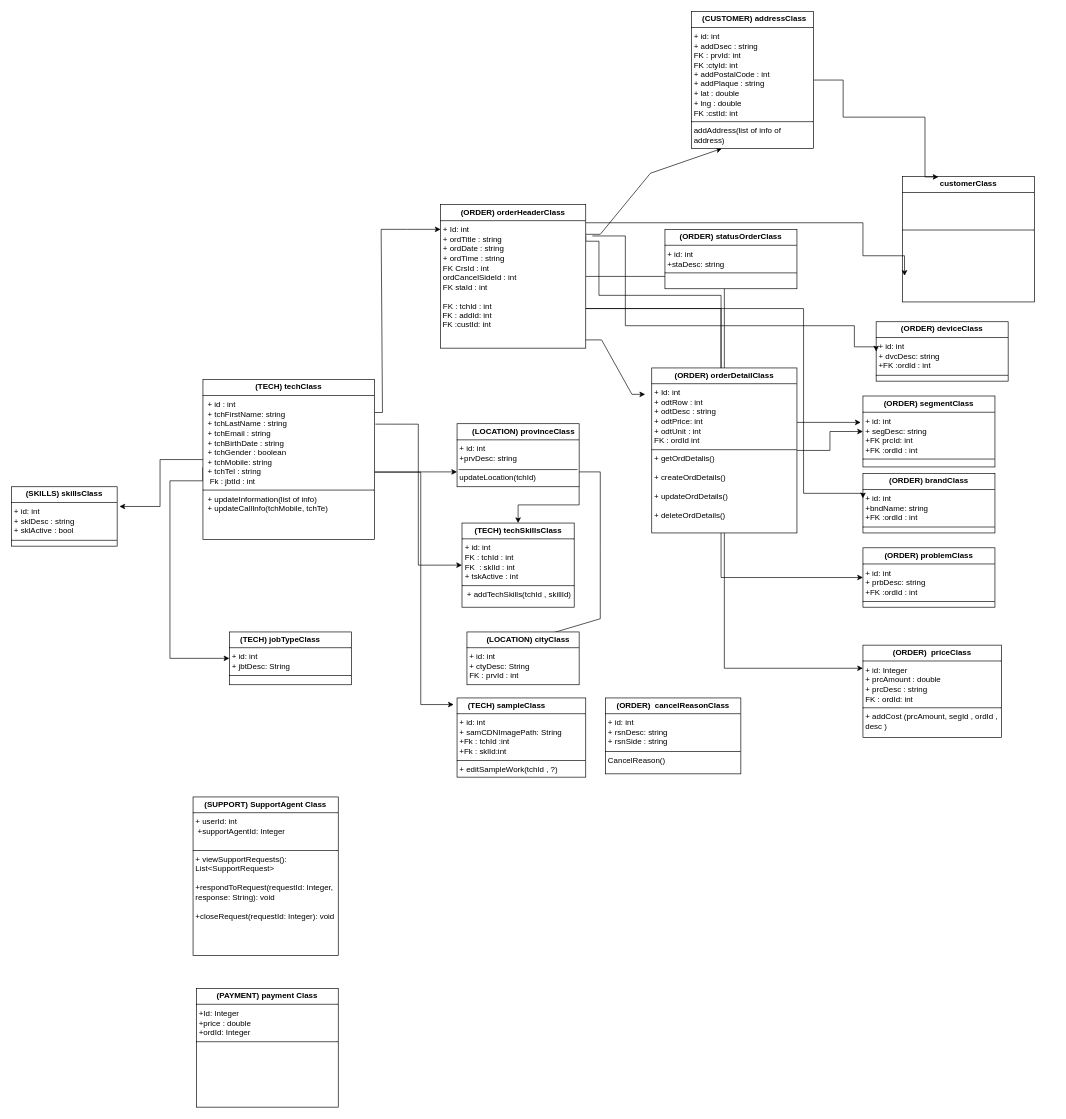
The draw.io diagram tech.drawio in reyhanehSP/pwaTech, before the edit. Source tidied: cells renumbered, new cells numbered last; positions are measured from the earlier drawing's top-left corner, leaving out a move shared by most shapes. Both pictures are drawn from the tidied source at 66%, with x=0, y=0 at pixel (11, 11).
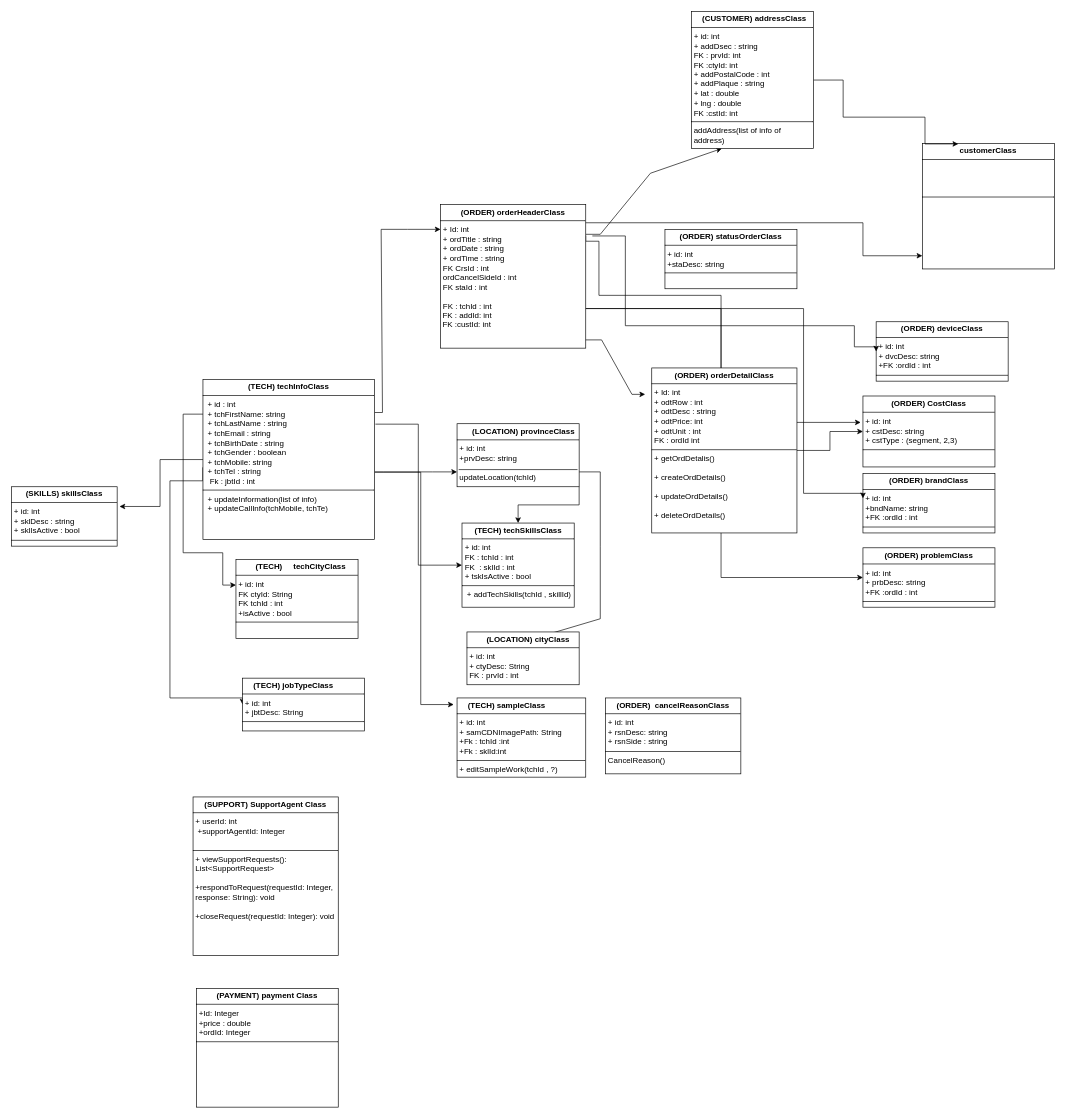
Above is the later version.

Unchanged cells that the change refers to:
```xml
<mxCell id="13" value="&lt;p style=&quot;margin:0px;margin-top:4px;text-align:center;&quot;&gt;&lt;b&gt;(ORDER)&amp;nbsp;&lt;/b&gt;&lt;b style=&quot;background-color: initial;&quot;&gt;orderHeaderClass&lt;/b&gt;&lt;/p&gt;&lt;hr size=&quot;1&quot; style=&quot;border-style:solid;&quot;&gt;&lt;p style=&quot;margin:0px;margin-left:4px;&quot;&gt;+ Id: int&lt;/p&gt;&lt;p style=&quot;margin:0px;margin-left:4px;&quot;&gt;+ ordTitle : string&lt;/p&gt;&lt;p style=&quot;margin:0px;margin-left:4px;&quot;&gt;+ ordDate : string&lt;br&gt;+ ordTime : string&lt;br&gt;&lt;/p&gt;&lt;p style=&quot;margin:0px;margin-left:4px;&quot;&gt;FK CrsId : int&lt;/p&gt;&lt;p style=&quot;margin:0px;margin-left:4px;&quot;&gt;ordCancelSideId : int&lt;/p&gt;&lt;p style=&quot;margin:0px;margin-left:4px;&quot;&gt;FK staId : int&lt;/p&gt;&lt;p style=&quot;margin:0px;margin-left:4px;&quot;&gt;&lt;br&gt;&lt;/p&gt;&lt;p style=&quot;margin:0px;margin-left:4px;&quot;&gt;&lt;span style=&quot;background-color: initial;&quot;&gt;FK : tchId : int&lt;/span&gt;&lt;/p&gt;&amp;nbsp;FK : addId: int&lt;div&gt;&amp;nbsp;FK :custId: int&lt;br&gt;&lt;br&gt;&lt;p style=&quot;margin:0px;margin-left:4px;&quot;&gt;&lt;br&gt;&lt;br&gt;&lt;/p&gt;&lt;p style=&quot;margin:0px;margin-left:4px;&quot;&gt;&lt;br&gt;&lt;/p&gt;&lt;p style=&quot;margin:0px;margin-left:4px;&quot;&gt;&lt;br&gt;&lt;/p&gt;&lt;p style=&quot;margin:0px;margin-left:4px;&quot;&gt;&amp;nbsp;&lt;/p&gt;&lt;p style=&quot;margin:0px;margin-left:4px;&quot;&gt;&lt;br&gt;&lt;br&gt;&lt;/p&gt;&lt;/div&gt;" style="verticalAlign=top;align=left;overflow=fill;html=1;whiteSpace=wrap;" parent="1" vertex="1">
  <mxGeometry x="650" y="292.5" width="220" height="217.5" as="geometry" />
</mxCell>
```

What changed in the source:
```diff
@@
     <mxCell id="5" style="edgeStyle=orthogonalEdgeStyle;rounded=0;jettySize=auto;html=1;entryX=0;entryY=0.5;entryDx=0;entryDy=0;exitX=-0.001;exitY=0.549;exitDx=0;exitDy=0;exitPerimeter=0;" parent="1" edge="1" source="7" target="38">
       <mxGeometry relative="1" as="geometry">
         <Array as="points">
+          <mxPoint x="290" y="711" />
           <mxPoint x="240" y="711" />
-          <mxPoint x="240" y="980" />
+          <mxPoint x="240" y="1040" />
+          <mxPoint x="350" y="1040" />
         </Array>
       </mxGeometry>
     </mxCell>
@@
-    <mxCell id="7" value="&lt;p style=&quot;margin:0px;margin-top:4px;text-align:center;&quot;&gt;&lt;b&gt;(TECH) techClass&lt;/b&gt;&lt;/p&gt;&lt;hr size=&quot;1&quot; style=&quot;border-style:solid;&quot;&gt;&lt;p style=&quot;margin:0px;margin-left:4px;&quot;&gt;&amp;nbsp;+ id : int&lt;br&gt;&amp;nbsp;+ tchFirstName: string&lt;/p&gt;&lt;p style=&quot;margin:0px;margin-left:4px;&quot;&gt;&amp;nbsp;+&amp;nbsp;&lt;span style=&quot;background-color: initial;&quot;&gt;tchL&lt;/span&gt;&lt;span style=&quot;background-color: initial;&quot;&gt;astName : string&lt;/span&gt;&lt;/p&gt;&lt;p style=&quot;margin:0px;margin-left:4px;&quot;&gt;&amp;nbsp;+&amp;nbsp;&lt;span style=&quot;background-color: initial;&quot;&gt;tchE&lt;/span&gt;&lt;span style=&quot;background-color: initial;&quot;&gt;mail : string&lt;/span&gt;&lt;/p&gt;&lt;p style=&quot;margin:0px;margin-left:4px;&quot;&gt;&amp;nbsp;+ tchBirthDate : string&lt;/p&gt;&lt;p style=&quot;margin:0px;margin-left:4px;&quot;&gt;&amp;nbsp;+ tchGender : boolean&lt;/p&gt;&lt;p style=&quot;margin:0px;margin-left:4px;&quot;&gt;&lt;span style=&quot;background-color: initial;&quot;&gt;&amp;nbsp;+ tchMobile: string&lt;/span&gt;&lt;/p&gt;&lt;p style=&quot;margin:0px;margin-left:4px;&quot;&gt;&amp;nbsp;+ tchTel : string&lt;/p&gt;&lt;p style=&quot;margin:0px;margin-left:4px;&quot;&gt;&amp;nbsp; Fk : jbtId : int&lt;/p&gt;&lt;hr size=&quot;1&quot; style=&quot;border-style:solid;&quot;&gt;&lt;p style=&quot;margin:0px;margin-left:4px;&quot;&gt;&amp;nbsp;+ updateInformation(list of info)&lt;/p&gt;&lt;p style=&quot;margin:0px;margin-left:4px;&quot;&gt;&amp;nbsp;+ updateCallInfo(tchMobile, tchTe)&lt;br&gt;&amp;nbsp;&lt;br&gt;&amp;nbsp;&lt;br&gt;&amp;nbsp;&lt;br&gt;&lt;/p&gt;" style="verticalAlign=top;align=left;overflow=fill;html=1;whiteSpace=wrap;" parent="1" vertex="1">
+    <mxCell id="7" value="&lt;p style=&quot;margin:0px;margin-top:4px;text-align:center;&quot;&gt;&lt;b&gt;(TECH) techInfoClass&lt;/b&gt;&lt;/p&gt;&lt;hr size=&quot;1&quot; style=&quot;border-style:solid;&quot;&gt;&lt;p style=&quot;margin:0px;margin-left:4px;&quot;&gt;&amp;nbsp;+ id : int&lt;br&gt;&amp;nbsp;+ tchFirstName: string&lt;/p&gt;&lt;p style=&quot;margin:0px;margin-left:4px;&quot;&gt;&amp;nbsp;+&amp;nbsp;&lt;span style=&quot;background-color: initial;&quot;&gt;tchL&lt;/span&gt;&lt;span style=&quot;background-color: initial;&quot;&gt;astName : string&lt;/span&gt;&lt;/p&gt;&lt;p style=&quot;margin:0px;margin-left:4px;&quot;&gt;&amp;nbsp;+&amp;nbsp;&lt;span style=&quot;background-color: initial;&quot;&gt;tchE&lt;/span&gt;&lt;span style=&quot;background-color: initial;&quot;&gt;mail : string&lt;/span&gt;&lt;/p&gt;&lt;p style=&quot;margin:0px;margin-left:4px;&quot;&gt;&amp;nbsp;+ tchBirthDate : string&lt;/p&gt;&lt;p style=&quot;margin:0px;margin-left:4px;&quot;&gt;&amp;nbsp;+ tchGender : boolean&lt;/p&gt;&lt;p style=&quot;margin:0px;margin-left:4px;&quot;&gt;&lt;span style=&quot;background-color: initial;&quot;&gt;&amp;nbsp;+ tchMobile: string&lt;/span&gt;&lt;/p&gt;&lt;p style=&quot;margin:0px;margin-left:4px;&quot;&gt;&amp;nbsp;+ tchTel : string&lt;/p&gt;&lt;p style=&quot;margin:0px;margin-left:4px;&quot;&gt;&amp;nbsp; Fk : jbtId : int&lt;/p&gt;&lt;hr size=&quot;1&quot; style=&quot;border-style:solid;&quot;&gt;&lt;p style=&quot;margin:0px;margin-left:4px;&quot;&gt;&amp;nbsp;+ updateInformation(list of info)&lt;/p&gt;&lt;p style=&quot;margin:0px;margin-left:4px;&quot;&gt;&amp;nbsp;+ updateCallInfo(tchMobile, tchTe)&lt;br&gt;&amp;nbsp;&lt;br&gt;&amp;nbsp;&lt;br&gt;&amp;nbsp;&lt;br&gt;&lt;/p&gt;" style="verticalAlign=top;align=left;overflow=fill;html=1;whiteSpace=wrap;" parent="1" vertex="1">
       <mxGeometry x="290" y="557.5" width="260" height="242.5" as="geometry" />
     </mxCell>
-    <mxCell id="8" value="&lt;p style=&quot;margin:0px;margin-top:4px;text-align:center;&quot;&gt;&lt;b style=&quot;background-color: initial;&quot;&gt;(&lt;/b&gt;&lt;b&gt;TECH&lt;/b&gt;&lt;b style=&quot;background-color: initial;&quot;&gt;) tech&lt;/b&gt;&lt;b&gt;&lt;span style=&quot;background-color: initial; text-align: left;&quot;&gt;SkillsC&lt;/span&gt;lass&lt;/b&gt;&lt;/p&gt;&lt;hr size=&quot;1&quot; style=&quot;border-style:solid;&quot;&gt;&lt;p style=&quot;margin:0px;margin-left:4px;&quot;&gt;+ id: int&lt;/p&gt;&lt;p style=&quot;margin:0px;margin-left:4px;&quot;&gt;FK : tchId : int&lt;/p&gt;&lt;p style=&quot;margin:0px;margin-left:4px;&quot;&gt;FK&amp;nbsp; : sklId : int&lt;/p&gt;&lt;p style=&quot;margin:0px;margin-left:4px;&quot;&gt;+ tskActive : int&lt;/p&gt;&lt;hr size=&quot;1&quot; style=&quot;border-style:solid;&quot;&gt;&lt;p style=&quot;margin:0px;margin-left:4px;&quot;&gt;&amp;nbsp;+ addTech&lt;span style=&quot;background-color: initial;&quot;&gt;Skills(tchId , skillId)&lt;/span&gt;&lt;/p&gt;" style="verticalAlign=top;align=left;overflow=fill;html=1;whiteSpace=wrap;" parent="1" vertex="1">
+    <mxCell id="8" value="&lt;p style=&quot;margin:0px;margin-top:4px;text-align:center;&quot;&gt;&lt;b style=&quot;background-color: initial;&quot;&gt;(&lt;/b&gt;&lt;b&gt;TECH&lt;/b&gt;&lt;b style=&quot;background-color: initial;&quot;&gt;) tech&lt;/b&gt;&lt;b&gt;&lt;span style=&quot;background-color: initial; text-align: left;&quot;&gt;SkillsC&lt;/span&gt;lass&lt;/b&gt;&lt;/p&gt;&lt;hr size=&quot;1&quot; style=&quot;border-style:solid;&quot;&gt;&lt;p style=&quot;margin:0px;margin-left:4px;&quot;&gt;+ id: int&lt;/p&gt;&lt;p style=&quot;margin:0px;margin-left:4px;&quot;&gt;FK : tchId : int&lt;/p&gt;&lt;p style=&quot;margin:0px;margin-left:4px;&quot;&gt;FK&amp;nbsp; : sklId : int&lt;/p&gt;&lt;p style=&quot;margin:0px;margin-left:4px;&quot;&gt;+ tskIsActive : bool&lt;/p&gt;&lt;hr size=&quot;1&quot; style=&quot;border-style:solid;&quot;&gt;&lt;p style=&quot;margin:0px;margin-left:4px;&quot;&gt;&amp;nbsp;+ addTech&lt;span style=&quot;background-color: initial;&quot;&gt;Skills(tchId , skillId)&lt;/span&gt;&lt;/p&gt;" style="verticalAlign=top;align=left;overflow=fill;html=1;whiteSpace=wrap;" parent="1" vertex="1">
       <mxGeometry x="682.5" y="775" width="170" height="127.5" as="geometry" />
     </mxCell>
@@
-    <mxCell id="12" style="edgeStyle=orthogonalEdgeStyle;rounded=0;jettySize=auto;html=1;entryX=0;entryY=0.25;entryDx=0;entryDy=0;" parent="1" edge="1" source="13" target="37">
-      <mxGeometry relative="1" as="geometry" />
-    </mxCell>
@@
     <mxCell id="17" value="&lt;p style=&quot;margin:0px;margin-top:4px;text-align:center;&quot;&gt;&lt;b&gt;customerClass&lt;/b&gt;&lt;/p&gt;&lt;hr size=&quot;1&quot; style=&quot;border-style:solid;&quot;&gt;&lt;p style=&quot;margin:0px;margin-left:4px;&quot;&gt;&lt;br&gt;&lt;br&gt;&lt;/p&gt;&lt;p style=&quot;margin:0px;margin-left:4px;&quot;&gt;&amp;nbsp;&lt;br&gt;&lt;/p&gt;&lt;hr size=&quot;1&quot; style=&quot;border-style:solid;&quot;&gt;&lt;p style=&quot;margin:0px;margin-left:4px;&quot;&gt;&amp;nbsp;&lt;br&gt;&lt;/p&gt;" style="verticalAlign=top;align=left;overflow=fill;html=1;whiteSpace=wrap;" parent="1" vertex="1">
-      <mxGeometry x="1350" y="250" width="200" height="190" as="geometry" />
+      <mxGeometry x="1380" y="200" width="200" height="190" as="geometry" />
     </mxCell>
@@
-    <mxCell id="32" value="&lt;p style=&quot;margin:0px;margin-top:4px;text-align:center;&quot;&gt;&lt;b&gt;(&lt;/b&gt;&lt;b&gt;ORDER&lt;/b&gt;&lt;b&gt;) segment&lt;/b&gt;&lt;b&gt;Class&lt;/b&gt;&lt;br&gt;&lt;/p&gt;&lt;hr size=&quot;1&quot; style=&quot;border-style:solid;&quot;&gt;&lt;p style=&quot;margin:0px;margin-left:4px;&quot;&gt;+ id: int&lt;/p&gt;&lt;p style=&quot;margin:0px;margin-left:4px;&quot;&gt;&lt;span style=&quot;text-align: center; background-color: initial;&quot;&gt;+ seg&lt;/span&gt;&lt;span style=&quot;text-align: center; background-color: initial;&quot;&gt;Desc:&amp;nbsp;&lt;/span&gt;&lt;span style=&quot;text-align: center; background-color: initial;&quot;&gt;string&lt;/span&gt;&lt;/p&gt;&lt;p style=&quot;margin:0px;margin-left:4px;&quot;&gt;&lt;span style=&quot;text-align: center; background-color: initial;&quot;&gt;+FK prcId: int&lt;/span&gt;&lt;/p&gt;&lt;p style=&quot;margin:0px;margin-left:4px;&quot;&gt;&lt;span style=&quot;text-align: center; background-color: initial;&quot;&gt;+FK :ordId : int&lt;/span&gt;&lt;/p&gt;&lt;hr size=&quot;1&quot; style=&quot;border-style:solid;&quot;&gt;&lt;p style=&quot;margin:0px;margin-left:4px;&quot;&gt;&lt;br&gt;&lt;br&gt;&lt;br&gt;&lt;/p&gt;" style="verticalAlign=top;align=left;overflow=fill;html=1;whiteSpace=wrap;" parent="1" vertex="1">
+    <mxCell id="32" value="&lt;p style=&quot;margin:0px;margin-top:4px;text-align:center;&quot;&gt;&lt;b&gt;(&lt;/b&gt;&lt;b&gt;ORDER&lt;/b&gt;&lt;b&gt;) Cost&lt;/b&gt;&lt;b&gt;Class&lt;/b&gt;&lt;br&gt;&lt;/p&gt;&lt;hr size=&quot;1&quot; style=&quot;border-style:solid;&quot;&gt;&lt;p style=&quot;margin:0px;margin-left:4px;&quot;&gt;+ id: int&lt;/p&gt;&lt;p style=&quot;margin:0px;margin-left:4px;&quot;&gt;&lt;span style=&quot;text-align: center; background-color: initial;&quot;&gt;+ cst&lt;/span&gt;&lt;span style=&quot;text-align: center; background-color: initial;&quot;&gt;Desc:&amp;nbsp;&lt;/span&gt;&lt;span style=&quot;text-align: center; background-color: initial;&quot;&gt;string&lt;br&gt;&lt;/span&gt;&lt;/p&gt;&lt;p style=&quot;margin:0px;margin-left:4px;&quot;&gt;&lt;span style=&quot;text-align: center; background-color: initial;&quot;&gt;+ cstType : (segment, 2,3)&lt;/span&gt;&lt;/p&gt;&lt;hr size=&quot;1&quot; style=&quot;border-style:solid;&quot;&gt;&lt;p style=&quot;margin:0px;margin-left:4px;&quot;&gt;&lt;br&gt;&lt;br&gt;&lt;br&gt;&lt;/p&gt;" style="verticalAlign=top;align=left;overflow=fill;html=1;whiteSpace=wrap;" parent="1" vertex="1">
       <mxGeometry x="1290" y="582.5" width="200" height="107.5" as="geometry" />
     </mxCell>
@@
-    <mxCell id="34" style="edgeStyle=orthogonalEdgeStyle;rounded=0;jettySize=auto;html=1;entryX=0.015;entryY=0.791;entryDx=0;entryDy=0;entryPerimeter=0;" parent="1" edge="1" source="13" target="17">
+    <mxCell id="34" style="edgeStyle=orthogonalEdgeStyle;rounded=0;jettySize=auto;html=1;" parent="1" edge="1" source="13" target="17">
       <mxGeometry relative="1" as="geometry">
         <Array as="points">
           <mxPoint x="1290" y="320" />
           <mxPoint x="1290" y="370" />
         </Array>
       </mxGeometry>
     </mxCell>
@@
-    <mxCell id="37" value="&lt;p style=&quot;margin:0px;margin-top:4px;text-align:center;&quot;&gt;&lt;b&gt;(&lt;/b&gt;&lt;b&gt;ORDER&lt;/b&gt;&lt;span style=&quot;background-color: initial;&quot;&gt;&lt;b&gt;)&amp;nbsp; priceClass&lt;/b&gt;&lt;/span&gt;&lt;/p&gt;&lt;hr size=&quot;1&quot; style=&quot;border-style:solid;&quot;&gt;&lt;p style=&quot;margin:0px;margin-left:4px;&quot;&gt;+ id: Integer&lt;/p&gt;&lt;p style=&quot;margin:0px;margin-left:4px;&quot;&gt;+ prcAmount : double&lt;br&gt;+ prcDesc : string&lt;/p&gt;&lt;p style=&quot;margin:0px;margin-left:4px;&quot;&gt;FK : ordId: int&lt;/p&gt;&lt;hr size=&quot;1&quot; style=&quot;border-style:solid;&quot;&gt;&lt;p style=&quot;margin:0px;margin-left:4px;&quot;&gt;+ addCost (prcAmount, segId , ordId ,&amp;nbsp; desc )&lt;br&gt;&lt;br&gt;&lt;br&gt;&lt;/p&gt;" style="verticalAlign=top;align=left;overflow=fill;html=1;whiteSpace=wrap;" parent="1" vertex="1">
-      <mxGeometry x="1290" y="960" width="210" height="140" as="geometry" />
-    </mxCell>
     <mxCell id="38" value="&lt;p style=&quot;text-align: left; margin: 4px 0px 0px;&quot;&gt;&lt;b style=&quot;background-color: initial;&quot;&gt;&amp;nbsp; &amp;nbsp; &amp;nbsp;(&lt;/b&gt;&lt;b style=&quot;text-align: center;&quot;&gt;TECH&lt;/b&gt;&lt;b style=&quot;background-color: initial;&quot;&gt;) jobTypeClass&lt;/b&gt;&lt;/p&gt;&lt;hr size=&quot;1&quot; style=&quot;border-style:solid;&quot;&gt;&lt;p style=&quot;margin:0px;margin-left:4px;&quot;&gt;+ id: int&lt;/p&gt;&lt;p style=&quot;margin:0px;margin-left:4px;&quot;&gt;+ jbtDesc&lt;span style=&quot;background-color: initial;&quot;&gt;: String&lt;/span&gt;&lt;/p&gt;&lt;hr size=&quot;1&quot; style=&quot;border-style:solid;&quot;&gt;&lt;p style=&quot;margin:0px;margin-left:4px;&quot;&gt;&lt;br&gt;&lt;/p&gt;" style="verticalAlign=top;align=left;overflow=fill;html=1;whiteSpace=wrap;" parent="1" vertex="1">
-      <mxGeometry x="330" y="940" width="185" height="80" as="geometry" />
+      <mxGeometry x="350" y="1010" width="185" height="80" as="geometry" />
     </mxCell>
@@
-    <mxCell id="40" value="&lt;p style=&quot;margin:0px;margin-top:4px;text-align:center;&quot;&gt;&lt;b style=&quot;background-color: initial;&quot;&gt;(SKILLS&lt;/b&gt;&lt;b style=&quot;background-color: initial;&quot;&gt;) s&lt;/b&gt;&lt;b&gt;&lt;span style=&quot;background-color: initial; text-align: left;&quot;&gt;killsC&lt;/span&gt;lass&lt;/b&gt;&lt;/p&gt;&lt;hr size=&quot;1&quot; style=&quot;border-style:solid;&quot;&gt;&lt;p style=&quot;margin:0px;margin-left:4px;&quot;&gt;+ id: int&lt;br&gt;+ sklDesc : string&lt;/p&gt;&lt;p style=&quot;margin:0px;margin-left:4px;&quot;&gt;+ sklActive : bool&lt;/p&gt;&lt;hr size=&quot;1&quot; style=&quot;border-style:solid;&quot;&gt;&lt;p style=&quot;margin:0px;margin-left:4px;&quot;&gt;&lt;br&gt;&lt;/p&gt;" style="verticalAlign=top;align=left;overflow=fill;html=1;whiteSpace=wrap;" parent="1" vertex="1">
+    <mxCell id="40" value="&lt;p style=&quot;margin:0px;margin-top:4px;text-align:center;&quot;&gt;&lt;b style=&quot;background-color: initial;&quot;&gt;(SKILLS&lt;/b&gt;&lt;b style=&quot;background-color: initial;&quot;&gt;) s&lt;/b&gt;&lt;b&gt;&lt;span style=&quot;background-color: initial; text-align: left;&quot;&gt;killsC&lt;/span&gt;lass&lt;/b&gt;&lt;/p&gt;&lt;hr size=&quot;1&quot; style=&quot;border-style:solid;&quot;&gt;&lt;p style=&quot;margin:0px;margin-left:4px;&quot;&gt;+ id: int&lt;br&gt;+ sklDesc : string&lt;/p&gt;&lt;p style=&quot;margin:0px;margin-left:4px;&quot;&gt;+ sklIsActive : bool&lt;/p&gt;&lt;hr size=&quot;1&quot; style=&quot;border-style:solid;&quot;&gt;&lt;p style=&quot;margin:0px;margin-left:4px;&quot;&gt;&lt;br&gt;&lt;/p&gt;" style="verticalAlign=top;align=left;overflow=fill;html=1;whiteSpace=wrap;" parent="1" vertex="1">
       <mxGeometry y="720" width="160" height="90" as="geometry" />
     </mxCell>
@@
+    <mxCell id="42" value="&lt;p style=&quot;text-align: left; margin: 4px 0px 0px;&quot;&gt;&lt;b style=&quot;background-color: initial;&quot;&gt;&amp;nbsp; &amp;nbsp; &amp;nbsp; &amp;nbsp; &amp;nbsp;(TECH)&amp;nbsp; &amp;nbsp; &amp;nbsp;techCityClass&lt;/b&gt;&lt;/p&gt;&lt;hr size=&quot;1&quot; style=&quot;border-style:solid;&quot;&gt;&lt;p style=&quot;margin:0px;margin-left:4px;&quot;&gt;+ id: int&lt;/p&gt;&lt;p style=&quot;margin:0px;margin-left:4px;&quot;&gt;FK ctyId: String&lt;br&gt;FK tchId : int&lt;/p&gt;&lt;p style=&quot;margin:0px;margin-left:4px;&quot;&gt;+isActive : bool&lt;/p&gt;&lt;hr size=&quot;1&quot; style=&quot;border-style:solid;&quot;&gt;&lt;p style=&quot;margin:0px;margin-left:4px;&quot;&gt;&lt;br&gt;&lt;/p&gt;" style="verticalAlign=top;align=left;overflow=fill;html=1;whiteSpace=wrap;" parent="1" vertex="1">
+      <mxGeometry x="340" y="830" width="185" height="120" as="geometry" />
+    </mxCell>
+    <mxCell id="43" style="edgeStyle=orthogonalEdgeStyle;rounded=0;jettySize=auto;html=1;entryX=0;entryY=0.325;entryDx=0;entryDy=0;entryPerimeter=0;" parent="1" edge="1" source="7" target="42">
+      <mxGeometry relative="1" as="geometry">
+        <Array as="points">
+          <mxPoint x="260" y="610" />
+          <mxPoint x="260" y="820" />
+          <mxPoint x="320" y="820" />
+          <mxPoint x="320" y="869" />
+        </Array>
+      </mxGeometry>
+    </mxCell>
```
